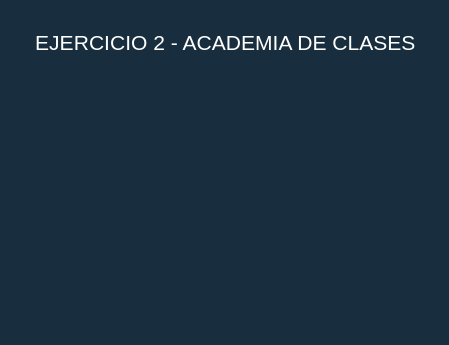
This is Untitled Diagram.drawio from JuanMarinG/TA12_MYSQL, a draw.io file, before an edit. Source tidied: cells renumbered, new cells numbered last; positions are measured from the earlier drawing's top-left corner, leaving out a move shared by most shapes. Both pictures are drawn from the tidied source at 117%, with x=0, y=0 at pixel (20, 20).
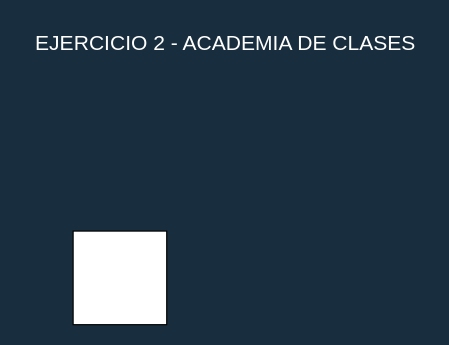
Above is the later version.

What changed in the source:
```diff
@@
 <mxGraphModel background="#182E3E">
   <root>
     <mxCell id="0" />
     <mxCell id="1" parent="0" />
     <mxCell id="2" value="&lt;div&gt;&lt;font color=&quot;#FFFFFF&quot;&gt;EJERCICIO 2 - ACADEMIA DE CLASES&lt;/font&gt;&lt;/div&gt;" style="text;html=1;align=center;verticalAlign=middle;strokeColor=none;fillColor=none;fontSize=18;fontColor=#1A1A1A;shadow=0;" parent="1" vertex="1">
       <mxGeometry width="350" height="40" as="geometry" />
     </mxCell>
+    <mxCell id="3" style="whiteSpace=wrap;html=1;" parent="1" vertex="1">
+      <mxGeometry x="45" y="180" width="80" height="80" as="geometry" />
+    </mxCell>
   </root>
 </mxGraphModel>
```
